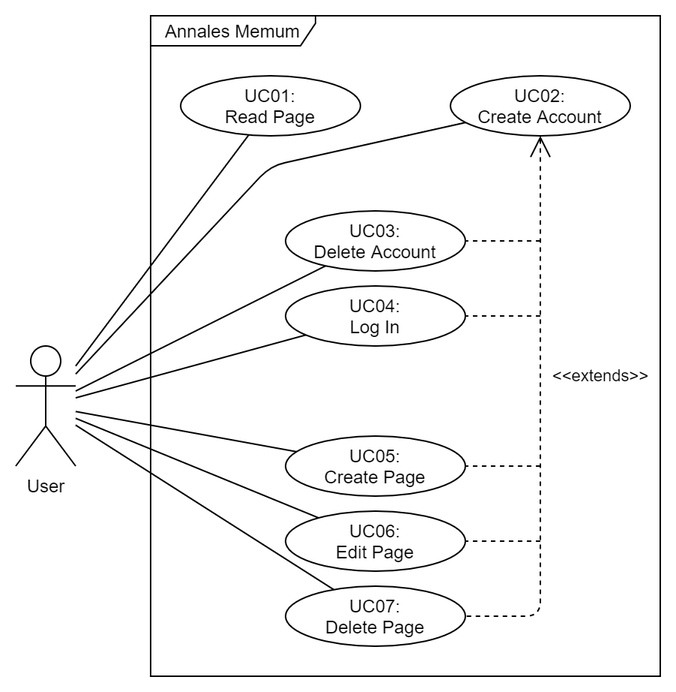
Earlier version of the draw.io export doc/AM-UseCases.png (Sam36502/TBZ-Teamarbeit-151). Source tidied: cells renumbered, new cells last; positions are measured from the earlier drawing's top-left corner, leaving out a move shared by most shapes.
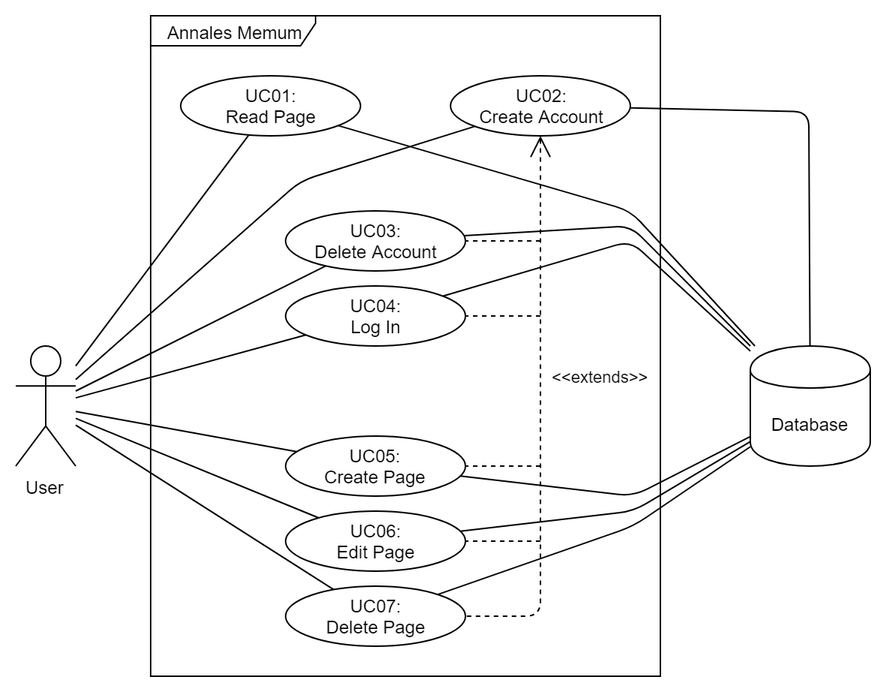
The same file after the commit.

The edit, as a diff of the source:
```diff
@@ -35,7 +35,7 @@
     <mxCell id="12" style="endArrow=none;html=1;" parent="1" edge="1" source="2" target="4">
       <mxGeometry relative="1" as="geometry">
         <Array as="points">
-          <mxPoint x="170" y="100" />
+          <mxPoint x="190" y="110" />
         </Array>
       </mxGeometry>
     </mxCell>
@@ -81,5 +81,58 @@
         <mxPoint x="350" y="150" as="sourcePoint" />
       </mxGeometry>
     </mxCell>
+    <mxCell id="23" style="endArrow=none;html=1;" parent="1" edge="1" source="4">
+      <mxGeometry relative="1" as="geometry">
+        <mxPoint x="529.8" y="220" as="targetPoint" />
+        <Array as="points">
+          <mxPoint x="529" y="64" />
+        </Array>
+      </mxGeometry>
+    </mxCell>
+    <mxCell id="24" value="Database" style="shape=cylinder;whiteSpace=wrap;html=1;boundedLbl=1;backgroundOutline=1;" parent="1" vertex="1">
+      <mxGeometry x="490" y="220" width="80" height="80" as="geometry" />
+    </mxCell>
+    <mxCell id="25" style="endArrow=none;html=1;" parent="1" edge="1" source="9" target="24">
+      <mxGeometry relative="1" as="geometry">
+        <Array as="points">
+          <mxPoint x="410" y="130" />
+        </Array>
+      </mxGeometry>
+    </mxCell>
+    <mxCell id="26" style="endArrow=none;html=1;" parent="1" edge="1" source="10" target="24">
+      <mxGeometry relative="1" as="geometry">
+        <Array as="points">
+          <mxPoint x="410" y="140" />
+        </Array>
+      </mxGeometry>
+    </mxCell>
+    <mxCell id="27" style="endArrow=none;html=1;" parent="1" edge="1" source="5" target="24">
+      <mxGeometry relative="1" as="geometry">
+        <Array as="points">
+          <mxPoint x="410" y="150" />
+        </Array>
+      </mxGeometry>
+    </mxCell>
+    <mxCell id="28" style="endArrow=none;html=1;" parent="1" edge="1" source="6" target="24">
+      <mxGeometry relative="1" as="geometry">
+        <Array as="points">
+          <mxPoint x="412" y="320" />
+        </Array>
+      </mxGeometry>
+    </mxCell>
+    <mxCell id="29" style="endArrow=none;html=1;" parent="1" edge="1" source="7" target="24">
+      <mxGeometry relative="1" as="geometry">
+        <Array as="points">
+          <mxPoint x="412" y="330" />
+        </Array>
+      </mxGeometry>
+    </mxCell>
+    <mxCell id="30" style="endArrow=none;html=1;" parent="1" edge="1" source="8" target="24">
+      <mxGeometry relative="1" as="geometry">
+        <Array as="points">
+          <mxPoint x="412" y="340" />
+        </Array>
+      </mxGeometry>
+    </mxCell>
   </root>
 </mxGraphModel>
```
